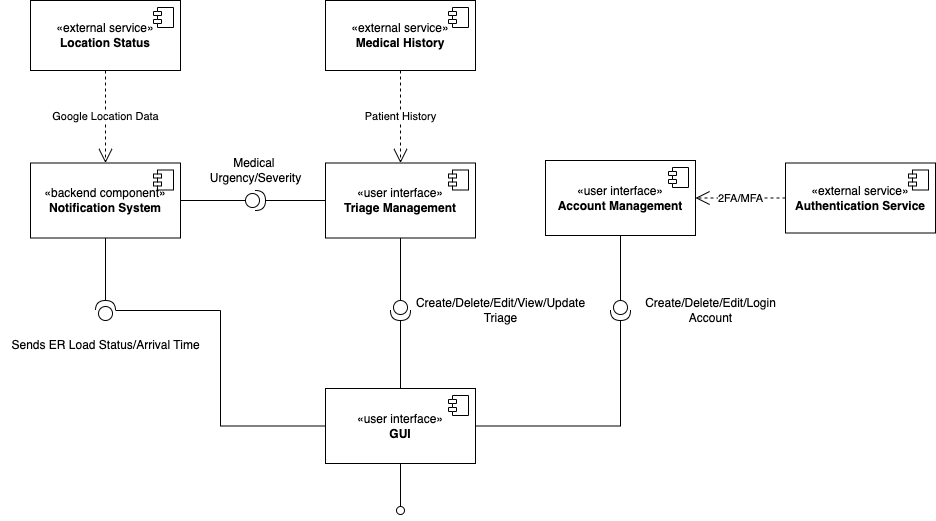
Earlier version of the draw.io export Milestone2/Diagrams/pngs/m2component.drawio.png (SENG-350-2024-fall/Team5). Source tidied: cells renumbered, new cells last; positions are measured from the earlier drawing's top-left corner, leaving out a move shared by most shapes. The source it was exported from:
```xml
<mxGraphModel>
  <root>
    <mxCell id="0" />
    <mxCell id="1" parent="0" />
    <mxCell id="2" value="«external service»&lt;br&gt;&lt;b&gt;Medical History&lt;/b&gt;" style="html=1;whiteSpace=wrap;" parent="1" vertex="1">
      <mxGeometry x="325" width="150" height="70" as="geometry" />
    </mxCell>
    <mxCell id="3" style="shape=module;jettyWidth=8;jettyHeight=4;" parent="2" vertex="1">
      <mxGeometry x="1" width="20" height="20" relative="1" as="geometry">
        <mxPoint x="-27" y="7" as="offset" />
      </mxGeometry>
    </mxCell>
    <mxCell id="4" value="«external service»&lt;br&gt;&lt;b&gt;Location Status&lt;/b&gt;" style="html=1;whiteSpace=wrap;" parent="1" vertex="1">
      <mxGeometry x="30" width="150" height="70" as="geometry" />
    </mxCell>
    <mxCell id="5" style="shape=module;jettyWidth=8;jettyHeight=4;" parent="4" vertex="1">
      <mxGeometry x="1" width="20" height="20" relative="1" as="geometry">
        <mxPoint x="-27" y="7" as="offset" />
      </mxGeometry>
    </mxCell>
    <mxCell id="6" value="«external service»&lt;br&gt;&lt;b&gt;Authentication Service&lt;/b&gt;" style="html=1;whiteSpace=wrap;" parent="1" vertex="1">
      <mxGeometry x="785" y="162.5" width="150" height="70" as="geometry" />
    </mxCell>
    <mxCell id="7" style="shape=module;jettyWidth=8;jettyHeight=4;" parent="6" vertex="1">
      <mxGeometry x="1" width="20" height="20" relative="1" as="geometry">
        <mxPoint x="-27" y="7" as="offset" />
      </mxGeometry>
    </mxCell>
    <mxCell id="8" value="«user interface»&lt;br&gt;&lt;b&gt;Account Management&lt;/b&gt;" style="html=1;whiteSpace=wrap;" parent="1" vertex="1">
      <mxGeometry x="545" y="160" width="150" height="75" as="geometry" />
    </mxCell>
    <mxCell id="9" style="shape=module;jettyWidth=8;jettyHeight=4;" parent="8" vertex="1">
      <mxGeometry x="1" width="20" height="20" relative="1" as="geometry">
        <mxPoint x="-27" y="7" as="offset" />
      </mxGeometry>
    </mxCell>
    <mxCell id="10" value="«backend component»&lt;br&gt;&lt;b&gt;Notification System&lt;/b&gt;" style="html=1;whiteSpace=wrap;" parent="1" vertex="1">
      <mxGeometry x="30" y="162.5" width="150" height="75" as="geometry" />
    </mxCell>
    <mxCell id="11" style="shape=module;jettyWidth=8;jettyHeight=4;" parent="10" vertex="1">
      <mxGeometry x="1" width="20" height="20" relative="1" as="geometry">
        <mxPoint x="-27" y="7" as="offset" />
      </mxGeometry>
    </mxCell>
    <mxCell id="12" value="2FA/MFA" style="endArrow=open;endSize=12;dashed=1;html=1;rounded=0;entryX=1;entryY=0.5;entryDx=0;entryDy=0;exitX=0;exitY=0.5;exitDx=0;exitDy=0;" parent="1" edge="1" source="6" target="8">
      <mxGeometry relative="1" as="geometry" />
    </mxCell>
    <mxCell id="13" value="«user interface»&lt;br&gt;&lt;b&gt;GUI&lt;/b&gt;" style="html=1;whiteSpace=wrap;" parent="1" vertex="1">
      <mxGeometry x="325" y="388" width="150" height="75" as="geometry" />
    </mxCell>
    <mxCell id="14" style="shape=module;jettyWidth=8;jettyHeight=4;" parent="13" vertex="1">
      <mxGeometry x="1" width="20" height="20" relative="1" as="geometry">
        <mxPoint x="-27" y="7" as="offset" />
      </mxGeometry>
    </mxCell>
    <mxCell id="15" value="Sends ER Load Status/Arrival Time" style="text;html=1;align=center;verticalAlign=middle;strokeColor=none;fillColor=none;" parent="1" vertex="1">
      <mxGeometry y="330" width="210" height="30" as="geometry" />
    </mxCell>
    <mxCell id="16" value="Google Location Data" style="endArrow=open;endSize=12;dashed=1;html=1;rounded=0;exitX=0.5;exitY=1;exitDx=0;exitDy=0;entryX=0.5;entryY=0;entryDx=0;entryDy=0;" parent="1" edge="1" source="4" target="10">
      <mxGeometry relative="1" as="geometry" />
    </mxCell>
    <mxCell id="17" value="Patient History" style="endArrow=open;endSize=12;dashed=1;html=1;rounded=0;entryX=0.5;entryY=0;entryDx=0;entryDy=0;exitX=0.5;exitY=1;exitDx=0;exitDy=0;" parent="1" edge="1" source="2" target="31">
      <mxGeometry x="-0.01" relative="1" as="geometry" />
    </mxCell>
    <mxCell id="18" style="edgeStyle=orthogonalEdgeStyle;rounded=0;jettySize=auto;html=1;entryX=0.5;entryY=1;entryDx=0;entryDy=0;endArrow=none;endFill=0;" parent="1" edge="1" source="19" target="31">
      <mxGeometry relative="1" as="geometry" />
    </mxCell>
    <mxCell id="19" style="shape=providedRequiredInterface;html=1;verticalLabelPosition=bottom;sketch=0;rotation=90;" parent="1" vertex="1">
      <mxGeometry x="390" y="300" width="20" height="20" as="geometry" />
    </mxCell>
    <mxCell id="20" style="edgeStyle=orthogonalEdgeStyle;rounded=0;jettySize=auto;html=1;entryX=1;entryY=0.5;entryDx=0;entryDy=0;entryPerimeter=0;endArrow=none;endFill=0;" parent="1" edge="1" source="13" target="19">
      <mxGeometry relative="1" as="geometry" />
    </mxCell>
    <mxCell id="21" value="Create/Delete/Edit/View/Update&lt;div&gt;Triage&lt;/div&gt;" style="text;html=1;align=center;verticalAlign=middle;strokeColor=none;fillColor=none;" parent="1" vertex="1">
      <mxGeometry x="405" y="290" width="190" height="40" as="geometry" />
    </mxCell>
    <mxCell id="22" style="edgeStyle=orthogonalEdgeStyle;rounded=0;jettySize=auto;html=1;entryX=0.5;entryY=1;entryDx=0;entryDy=0;endArrow=none;endFill=0;" parent="1" edge="1" source="23" target="8">
      <mxGeometry relative="1" as="geometry" />
    </mxCell>
    <mxCell id="23" style="shape=providedRequiredInterface;html=1;verticalLabelPosition=bottom;sketch=0;rotation=90;" parent="1" vertex="1">
      <mxGeometry x="610" y="300" width="20" height="20" as="geometry" />
    </mxCell>
    <mxCell id="24" style="edgeStyle=orthogonalEdgeStyle;rounded=0;jettySize=auto;html=1;entryX=1;entryY=0.5;entryDx=0;entryDy=0;entryPerimeter=0;endArrow=none;endFill=0;" parent="1" edge="1" source="13" target="23">
      <mxGeometry relative="1" as="geometry" />
    </mxCell>
    <mxCell id="25" value="Create/Delete/Edit/Login&lt;div&gt;Account&lt;/div&gt;" style="text;html=1;align=center;verticalAlign=middle;strokeColor=none;fillColor=none;" parent="1" vertex="1">
      <mxGeometry x="635" y="290" width="150" height="40" as="geometry" />
    </mxCell>
    <mxCell id="26" style="edgeStyle=orthogonalEdgeStyle;rounded=0;jettySize=auto;html=1;entryX=0;entryY=0.5;entryDx=0;entryDy=0;endArrow=none;endFill=0;" parent="1" edge="1" source="27" target="13">
      <mxGeometry relative="1" as="geometry" />
    </mxCell>
    <mxCell id="27" style="shape=providedRequiredInterface;html=1;verticalLabelPosition=bottom;sketch=0;rotation=-90;" parent="1" vertex="1">
      <mxGeometry x="95" y="300" width="20" height="20" as="geometry" />
    </mxCell>
    <mxCell id="28" style="edgeStyle=orthogonalEdgeStyle;rounded=0;jettySize=auto;html=1;entryX=1;entryY=0.5;entryDx=0;entryDy=0;entryPerimeter=0;endArrow=none;endFill=0;" parent="1" edge="1" source="10" target="27">
      <mxGeometry relative="1" as="geometry" />
    </mxCell>
    <mxCell id="29" style="edgeStyle=orthogonalEdgeStyle;rounded=0;jettySize=auto;html=1;entryX=1;entryY=0.5;entryDx=0;entryDy=0;endArrow=none;endFill=0;" parent="1" edge="1" source="30" target="10">
      <mxGeometry relative="1" as="geometry" />
    </mxCell>
    <mxCell id="30" style="shape=providedRequiredInterface;html=1;verticalLabelPosition=bottom;sketch=0;" parent="1" vertex="1">
      <mxGeometry x="245" y="190" width="20" height="20" as="geometry" />
    </mxCell>
    <mxCell id="31" value="«user interface»&lt;br&gt;&lt;b&gt;Triage Management&lt;/b&gt;" style="html=1;whiteSpace=wrap;" parent="1" vertex="1">
      <mxGeometry x="325" y="162.5" width="150" height="75" as="geometry" />
    </mxCell>
    <mxCell id="32" style="shape=module;jettyWidth=8;jettyHeight=4;" parent="31" vertex="1">
      <mxGeometry x="1" width="20" height="20" relative="1" as="geometry">
        <mxPoint x="-27" y="7" as="offset" />
      </mxGeometry>
    </mxCell>
    <mxCell id="33" style="edgeStyle=orthogonalEdgeStyle;rounded=0;jettySize=auto;html=1;entryX=1;entryY=0.5;entryDx=0;entryDy=0;entryPerimeter=0;endArrow=none;endFill=0;" parent="1" edge="1" source="31" target="30">
      <mxGeometry relative="1" as="geometry" />
    </mxCell>
    <mxCell id="34" value="Medical&amp;nbsp;&lt;div&gt;Urgency/Severity&lt;/div&gt;" style="text;html=1;align=center;verticalAlign=middle;strokeColor=none;fillColor=none;" parent="1" vertex="1">
      <mxGeometry x="200" y="150" width="110" height="40" as="geometry" />
    </mxCell>
    <mxCell id="35" style="html=1;verticalAlign=bottom;labelBackgroundColor=none;endArrow=oval;endFill=0;endSize=8;rounded=0;exitX=0.5;exitY=1;exitDx=0;exitDy=0;" parent="1" edge="1" source="13">
      <mxGeometry relative="1" as="geometry">
        <mxPoint x="400" y="510" as="targetPoint" />
      </mxGeometry>
    </mxCell>
  </root>
</mxGraphModel>
```
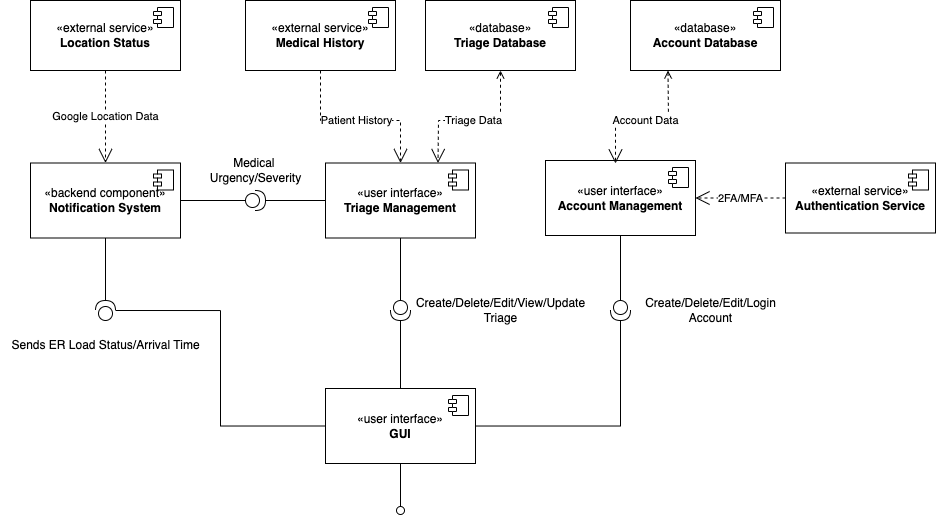
After the change.

Commit message:
Updated component and deployment diagrams

Had to make some changes lol.

What changed in the source:
```diff
@@ -3,7 +3,7 @@
     <mxCell id="0" />
     <mxCell id="1" parent="0" />
     <mxCell id="2" value="«external service»&lt;br&gt;&lt;b&gt;Medical History&lt;/b&gt;" style="html=1;whiteSpace=wrap;" parent="1" vertex="1">
-      <mxGeometry x="325" width="150" height="70" as="geometry" />
+      <mxGeometry x="245" width="150" height="70" as="geometry" />
     </mxCell>
     <mxCell id="3" style="shape=module;jettyWidth=8;jettyHeight=4;" parent="2" vertex="1">
       <mxGeometry x="1" width="20" height="20" relative="1" as="geometry">
@@ -60,7 +60,12 @@
       <mxGeometry relative="1" as="geometry" />
     </mxCell>
     <mxCell id="17" value="Patient History" style="endArrow=open;endSize=12;dashed=1;html=1;rounded=0;entryX=0.5;entryY=0;entryDx=0;entryDy=0;exitX=0.5;exitY=1;exitDx=0;exitDy=0;" parent="1" edge="1" source="2" target="31">
-      <mxGeometry x="-0.01" relative="1" as="geometry" />
+      <mxGeometry x="-0.01" relative="1" as="geometry">
+        <Array as="points">
+          <mxPoint x="320" y="120" />
+          <mxPoint x="400" y="120" />
+        </Array>
+      </mxGeometry>
     </mxCell>
     <mxCell id="18" style="edgeStyle=orthogonalEdgeStyle;rounded=0;jettySize=auto;html=1;entryX=0.5;entryY=1;entryDx=0;entryDy=0;endArrow=none;endFill=0;" parent="1" edge="1" source="19" target="31">
       <mxGeometry relative="1" as="geometry" />
@@ -120,5 +125,38 @@
         <mxPoint x="400" y="510" as="targetPoint" />
       </mxGeometry>
     </mxCell>
+    <mxCell id="36" value="Triage Data" style="endArrow=open;endSize=12;dashed=1;html=1;rounded=0;exitX=0.5;exitY=1;exitDx=0;exitDy=0;entryX=0.75;entryY=0;entryDx=0;entryDy=0;startArrow=open;startFill=0;" parent="1" edge="1" source="37" target="31">
+      <mxGeometry relative="1" as="geometry">
+        <Array as="points">
+          <mxPoint x="500" y="120" />
+          <mxPoint x="438" y="120" />
+        </Array>
+      </mxGeometry>
+    </mxCell>
+    <mxCell id="37" value="«database»&lt;br&gt;&lt;b&gt;Triage Database&lt;/b&gt;" style="html=1;whiteSpace=wrap;" parent="1" vertex="1">
+      <mxGeometry x="425" width="150" height="70" as="geometry" />
+    </mxCell>
+    <mxCell id="38" style="shape=module;jettyWidth=8;jettyHeight=4;" parent="37" vertex="1">
+      <mxGeometry x="1" width="20" height="20" relative="1" as="geometry">
+        <mxPoint x="-27" y="7" as="offset" />
+      </mxGeometry>
+    </mxCell>
+    <mxCell id="39" value="«database»&lt;br&gt;&lt;b&gt;Account Database&lt;/b&gt;" style="html=1;whiteSpace=wrap;" parent="1" vertex="1">
+      <mxGeometry x="630" width="150" height="70" as="geometry" />
+    </mxCell>
+    <mxCell id="40" style="shape=module;jettyWidth=8;jettyHeight=4;" parent="39" vertex="1">
+      <mxGeometry x="1" width="20" height="20" relative="1" as="geometry">
+        <mxPoint x="-27" y="7" as="offset" />
+      </mxGeometry>
+    </mxCell>
+    <mxCell id="41" value="Account Data" style="endArrow=open;endSize=12;dashed=1;html=1;rounded=0;exitX=0.25;exitY=1;exitDx=0;exitDy=0;entryX=0.75;entryY=0;entryDx=0;entryDy=0;startArrow=open;startFill=0;" parent="1" edge="1" source="39">
+      <mxGeometry relative="1" as="geometry">
+        <mxPoint x="615" y="163" as="targetPoint" />
+        <Array as="points">
+          <mxPoint x="668" y="120" />
+          <mxPoint x="615" y="120" />
+        </Array>
+      </mxGeometry>
+    </mxCell>
   </root>
 </mxGraphModel>
```
